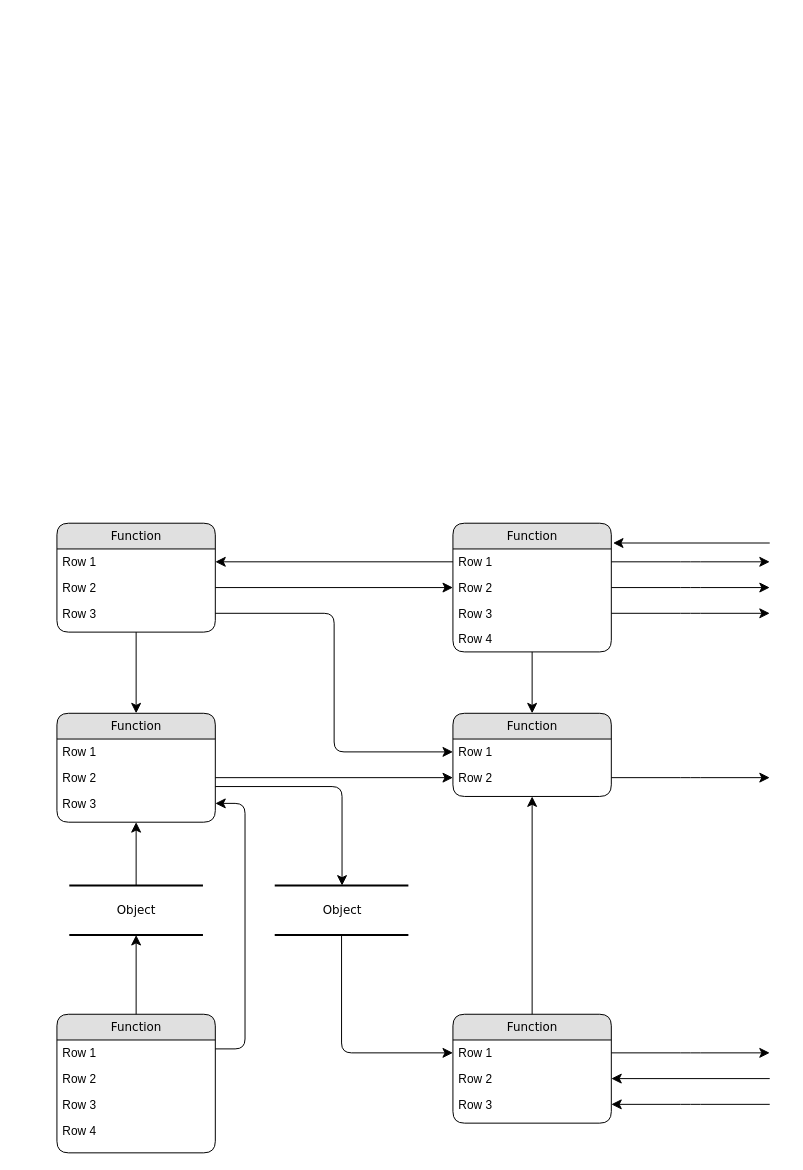
skylarr1227/adv_data keeps this draw.io diagram as Untitled Diagram.drawio. Above is the earlier version. Source tidied: cells renumbered, new cells numbered last; positions are measured from the earlier drawing's top-left corner, leaving out a move shared by most shapes. Both pictures are drawn from the tidied source at 99%, with x=0, y=0 at pixel (56, 523).
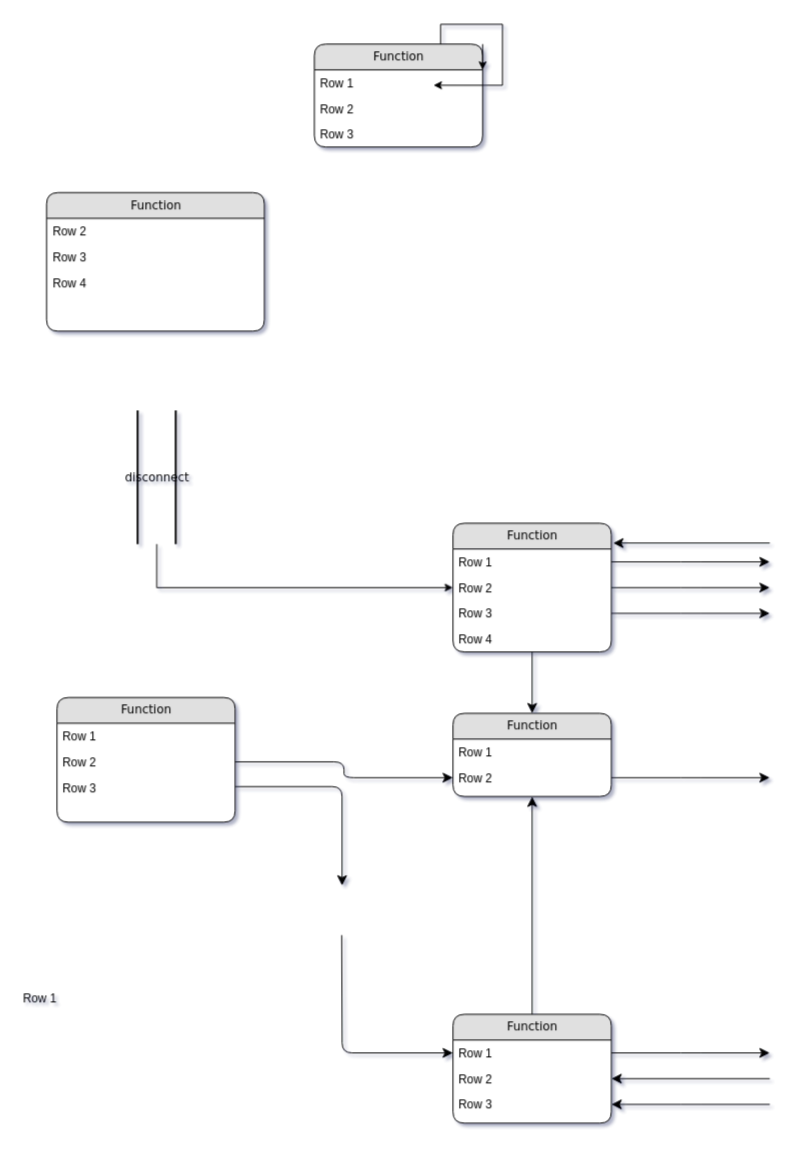
After the change.

Unchanged cells that the change refers to:
```xml
<mxCell id="8" value="Row 1" style="text;html=1;strokeColor=none;fillColor=none;spacingLeft=4;spacingRight=4;whiteSpace=wrap;overflow=hidden;points=[[0,0.5],[1,0.5]];portConstraint=eastwest;" parent="7" vertex="1">
  <mxGeometry y="26" width="160" height="26" as="geometry" />
</mxCell>
<mxCell id="9" value="Row 2" style="text;html=1;strokeColor=none;fillColor=none;spacingLeft=4;spacingRight=4;whiteSpace=wrap;overflow=hidden;points=[[0,0.5],[1,0.5]];portConstraint=eastwest;" parent="7" vertex="1">
  <mxGeometry y="52" width="160" height="26" as="geometry" />
</mxCell>
<mxCell id="22" value="Row 1" style="text;html=1;strokeColor=none;fillColor=none;spacingLeft=4;spacingRight=4;whiteSpace=wrap;overflow=hidden;points=[[0,0.5],[1,0.5]];portConstraint=eastwest;" parent="21" vertex="1">
  <mxGeometry y="26" width="160" height="26" as="geometry" />
</mxCell>
<mxCell id="25" value="Row 1" style="text;html=1;strokeColor=none;fillColor=none;spacingLeft=4;spacingRight=4;whiteSpace=wrap;overflow=hidden;points=[[0,0.5],[1,0.5]];portConstraint=eastwest;" parent="24" vertex="1">
  <mxGeometry y="26" width="160" height="26" as="geometry" />
</mxCell>
```

The edit, as a diff of the source:
```diff
@@
-<mxGraphModel background="#ffffff">
+<mxGraphModel background="#ffffff" shadow="1">
@@
+    <mxCell id="49" style="edgeStyle=orthogonalEdgeStyle;rounded=0;jettySize=auto;html=1;entryX=0;entryY=0.5;entryDx=0;entryDy=0;fontFamily=Verdana;" parent="1" edge="1" source="2" target="9">
+      <mxGeometry relative="1" as="geometry" />
+    </mxCell>
-    <mxCell id="2" value="Object" style="html=1;rounded=0;shadow=0;comic=0;labelBackgroundColor=none;strokeWidth=2;fontFamily=Verdana;fontSize=12;align=center;shape=mxgraph.ios7ui.horLines;" parent="1" vertex="1">
-      <mxGeometry x="12.5" y="366" width="135" height="50" as="geometry" />
+    <mxCell id="2" value="disconnect" style="html=1;rounded=0;shadow=0;comic=0;labelBackgroundColor=none;strokeWidth=2;fontFamily=Verdana;fontSize=12;align=center;shape=mxgraph.ios7ui.horLines;direction=south;fillColor=none;" parent="1" vertex="1">
+      <mxGeometry x="81.5" y="-114" width="38.5" height="135" as="geometry" />
     </mxCell>
     <mxCell id="3" value="Function" style="swimlane;html=1;fontStyle=0;horizontal=1;startSize=26;fillColor=#e0e0e0;swimlaneFillColor=#ffffff;align=center;rounded=1;shadow=0;comic=0;labelBackgroundColor=none;strokeWidth=1;fontFamily=Verdana;fontSize=12;" parent="1" vertex="1">
-      <mxGeometry width="160" height="110" as="geometry" />
+      <mxGeometry x="260" y="-484" width="170" height="104" as="geometry" />
     </mxCell>
     <mxCell id="4" value="Row 1" style="text;html=1;strokeColor=none;fillColor=none;spacingLeft=4;spacingRight=4;whiteSpace=wrap;overflow=hidden;points=[[0,0.5],[1,0.5]];portConstraint=eastwest;" parent="3" vertex="1">
-      <mxGeometry y="26" width="160" height="26" as="geometry" />
+      <mxGeometry y="26" width="170" height="26" as="geometry" />
     </mxCell>
     <mxCell id="5" value="Row 2" style="text;html=1;strokeColor=none;fillColor=none;spacingLeft=4;spacingRight=4;whiteSpace=wrap;overflow=hidden;points=[[0,0.5],[1,0.5]];portConstraint=eastwest;" parent="3" vertex="1">
-      <mxGeometry y="52" width="160" height="26" as="geometry" />
+      <mxGeometry y="52" width="170" height="26" as="geometry" />
     </mxCell>
     <mxCell id="6" value="Row 3" style="text;html=1;strokeColor=none;fillColor=none;spacingLeft=4;spacingRight=4;whiteSpace=wrap;overflow=hidden;points=[[0,0.5],[1,0.5]];portConstraint=eastwest;" parent="3" vertex="1">
-      <mxGeometry y="78" width="160" height="26" as="geometry" />
+      <mxGeometry y="78" width="170" height="26" as="geometry" />
     </mxCell>
+    <mxCell id="50" style="edgeStyle=orthogonalEdgeStyle;rounded=0;jettySize=auto;html=1;exitX=0.75;exitY=0;exitDx=0;exitDy=0;entryX=0.708;entryY=-0.401;entryDx=0;entryDy=0;entryPerimeter=0;fontFamily=Verdana;" parent="3" edge="1" source="3" target="5">
+      <mxGeometry relative="1" as="geometry" />
+    </mxCell>
@@
     <mxCell id="12" value="Function" style="swimlane;html=1;fontStyle=0;horizontal=1;startSize=26;fillColor=#e0e0e0;swimlaneFillColor=#ffffff;align=center;rounded=1;shadow=0;comic=0;labelBackgroundColor=none;strokeWidth=1;fontFamily=Verdana;fontSize=12;" parent="1" vertex="1">
-      <mxGeometry y="192" width="160" height="110" as="geometry" />
+      <mxGeometry y="176" width="180" height="126" as="geometry" />
     </mxCell>
     <mxCell id="13" value="Row 1" style="text;html=1;strokeColor=none;fillColor=none;spacingLeft=4;spacingRight=4;whiteSpace=wrap;overflow=hidden;" parent="12" vertex="1">
-      <mxGeometry y="26" width="160" height="26" as="geometry" />
+      <mxGeometry y="26" width="180" height="26" as="geometry" />
     </mxCell>
     <mxCell id="14" value="Row 2" style="text;html=1;strokeColor=none;fillColor=none;spacingLeft=4;spacingRight=4;whiteSpace=wrap;overflow=hidden;points=[[0,0.5],[1,0.5]];portConstraint=eastwest;" parent="12" vertex="1">
-      <mxGeometry y="52" width="160" height="26" as="geometry" />
+      <mxGeometry y="52" width="180" height="26" as="geometry" />
     </mxCell>
     <mxCell id="15" value="Row 3" style="text;html=1;strokeColor=none;fillColor=none;spacingLeft=4;spacingRight=4;whiteSpace=wrap;overflow=hidden;points=[[0,0.5],[1,0.5]];portConstraint=eastwest;" parent="12" vertex="1">
-      <mxGeometry y="78" width="160" height="26" as="geometry" />
+      <mxGeometry y="78" width="180" height="26" as="geometry" />
     </mxCell>
     <mxCell id="16" value="Function" style="swimlane;html=1;fontStyle=0;horizontal=1;startSize=26;fillColor=#e0e0e0;swimlaneFillColor=#ffffff;align=center;rounded=1;shadow=0;comic=0;labelBackgroundColor=none;strokeWidth=1;fontFamily=Verdana;fontSize=12;" parent="1" vertex="1">
-      <mxGeometry y="496" width="160" height="140" as="geometry" />
+      <mxGeometry x="-10.5" y="-334" width="220" height="140" as="geometry" />
     </mxCell>
-    <mxCell id="17" value="Row 1" style="text;html=1;strokeColor=none;fillColor=none;spacingLeft=4;spacingRight=4;whiteSpace=wrap;overflow=hidden;" parent="16" vertex="1">
-      <mxGeometry y="26" width="160" height="26" as="geometry" />
-    </mxCell>
     <mxCell id="18" value="Row 2" style="text;html=1;strokeColor=none;fillColor=none;spacingLeft=4;spacingRight=4;whiteSpace=wrap;overflow=hidden;" parent="16" vertex="1">
-      <mxGeometry y="52" width="160" height="26" as="geometry" />
+      <mxGeometry y="26" width="220" height="26" as="geometry" />
     </mxCell>
     <mxCell id="19" value="Row 3" style="text;html=1;strokeColor=none;fillColor=none;spacingLeft=4;spacingRight=4;whiteSpace=wrap;overflow=hidden;" parent="16" vertex="1">
-      <mxGeometry y="78" width="160" height="26" as="geometry" />
+      <mxGeometry y="52" width="220" height="26" as="geometry" />
     </mxCell>
     <mxCell id="20" value="Row 4" style="text;html=1;strokeColor=none;fillColor=none;spacingLeft=4;spacingRight=4;whiteSpace=wrap;overflow=hidden;" parent="16" vertex="1">
-      <mxGeometry y="104" width="160" height="26" as="geometry" />
+      <mxGeometry y="78" width="220" height="26" as="geometry" />
     </mxCell>
@@
-    <mxCell id="28" value="Object" style="html=1;rounded=0;shadow=0;comic=0;labelBackgroundColor=none;strokeWidth=2;fontFamily=Verdana;fontSize=12;align=center;shape=mxgraph.ios7ui.horLines;" parent="1" vertex="1">
-      <mxGeometry x="220" y="366" width="135" height="50" as="geometry" />
-    </mxCell>
-    <mxCell id="29" style="edgeStyle=none;html=1;labelBackgroundColor=none;startFill=0;startSize=8;endFill=1;endSize=8;fontFamily=Verdana;fontSize=12;" parent="1" edge="1" source="16" target="2">
-      <mxGeometry relative="1" as="geometry" />
-    </mxCell>
-    <mxCell id="30" style="edgeStyle=none;html=1;labelBackgroundColor=none;startFill=0;startSize=8;endFill=1;endSize=8;fontFamily=Verdana;fontSize=12;" parent="1" edge="1" source="2" target="12">
-      <mxGeometry relative="1" as="geometry" />
-    </mxCell>
-    <mxCell id="31" style="edgeStyle=orthogonalEdgeStyle;html=1;labelBackgroundColor=none;startFill=0;startSize=8;endFill=1;endSize=8;fontFamily=Verdana;fontSize=12;exitX=1;exitY=0.25;entryX=1;entryY=0.5;" parent="1" edge="1" source="16" target="15">
-      <mxGeometry relative="1" as="geometry">
-        <Array as="points">
-          <mxPoint x="190" y="531" />
-          <mxPoint x="190" y="283" />
-        </Array>
-      </mxGeometry>
-    </mxCell>
-    <mxCell id="32" style="edgeStyle=orthogonalEdgeStyle;html=1;labelBackgroundColor=none;startFill=0;startSize=8;endFill=1;endSize=8;fontFamily=Verdana;fontSize=12;" parent="1" edge="1" source="28" target="25">
-      <mxGeometry x="-0.13" y="32" relative="1" as="geometry" />
+    <mxCell id="32" style="edgeStyle=orthogonalEdgeStyle;html=1;labelBackgroundColor=none;startFill=0;startSize=8;endFill=1;endSize=8;fontFamily=Verdana;fontSize=12;" parent="1" edge="1" target="25">
+      <mxGeometry x="-0.13" y="32" relative="1" as="geometry">
+        <mxPoint x="287.6" y="416" as="sourcePoint" />
+      </mxGeometry>
     </mxCell>
-    <mxCell id="33" style="edgeStyle=orthogonalEdgeStyle;html=1;labelBackgroundColor=none;startFill=0;startSize=8;endFill=1;endSize=8;fontFamily=Verdana;fontSize=12;" parent="1" edge="1" source="12" target="28">
+    <mxCell id="33" style="edgeStyle=orthogonalEdgeStyle;html=1;labelBackgroundColor=none;startFill=0;startSize=8;endFill=1;endSize=8;fontFamily=Verdana;fontSize=12;" parent="1" edge="1" source="12">
       <mxGeometry relative="1" as="geometry">
+        <mxPoint x="288" y="366" as="targetPoint" />
         <Array as="points">
           <mxPoint x="288" y="266" />
         </Array>
       </mxGeometry>
     </mxCell>
-    <mxCell id="34" style="edgeStyle=orthogonalEdgeStyle;html=1;labelBackgroundColor=none;startFill=0;startSize=8;endFill=1;endSize=8;fontFamily=Verdana;fontSize=12;" parent="1" edge="1" source="3" target="12">
-      <mxGeometry relative="1" as="geometry" />
-    </mxCell>
@@
-    <mxCell id="37" style="edgeStyle=orthogonalEdgeStyle;html=1;entryX=0;entryY=0.5;labelBackgroundColor=none;startFill=0;startSize=8;endFill=1;endSize=8;fontFamily=Verdana;fontSize=12;exitX=1;exitY=0.5;" parent="1" edge="1" source="5" target="9">
-      <mxGeometry relative="1" as="geometry" />
-    </mxCell>
-    <mxCell id="38" style="edgeStyle=orthogonalEdgeStyle;html=1;exitX=0;exitY=0.5;entryX=1;entryY=0.5;labelBackgroundColor=none;startFill=0;startSize=8;endFill=1;endSize=8;fontFamily=Verdana;fontSize=12;" parent="1" edge="1" source="8" target="4">
-      <mxGeometry relative="1" as="geometry" />
-    </mxCell>
-    <mxCell id="39" style="edgeStyle=orthogonalEdgeStyle;html=1;exitX=1;exitY=0.5;entryX=0;entryY=0.5;labelBackgroundColor=none;startFill=0;startSize=8;endFill=1;endSize=8;fontFamily=Verdana;fontSize=12;" parent="1" edge="1" source="6" target="22">
-      <mxGeometry relative="1" as="geometry" />
-    </mxCell>
@@
+    <mxCell id="17" value="Row 1" style="text;html=1;strokeColor=none;fillColor=none;spacingLeft=4;spacingRight=4;whiteSpace=wrap;overflow=hidden;" parent="1" vertex="1">
+      <mxGeometry x="-40" y="466" width="160" height="26" as="geometry" />
+    </mxCell>
+    <mxCell id="51" style="edgeStyle=orthogonalEdgeStyle;rounded=0;orthogonalLoop=1;jettySize=auto;html=1;exitX=1;exitY=0;exitDx=0;exitDy=0;entryX=1;entryY=0.25;entryDx=0;entryDy=0;" parent="1" edge="1" source="3" target="3">
+      <mxGeometry relative="1" as="geometry" />
+    </mxCell>
```
